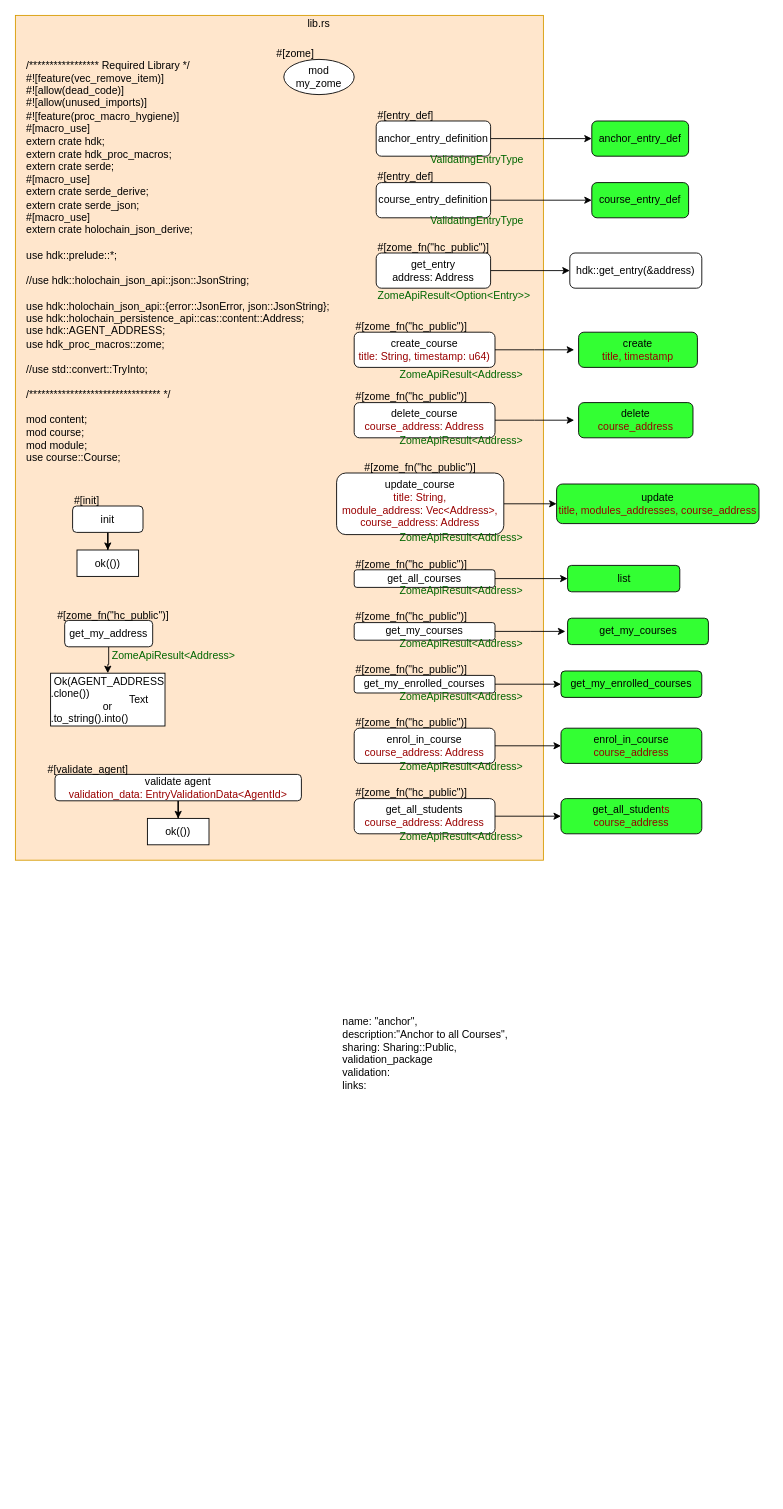
sdelvalle57/hUdemy keeps this draw.io diagram as page "lib.rs" (1 of 9) of Untitled Diagram.drawio. Above is the earlier version. Source tidied: cells renumbered, new cells numbered last; positions are measured from the earlier drawing's top-left corner, leaving out a move shared by most shapes. Both pictures are drawn from the tidied source at 88%, with x=0, y=0 at pixel (15, 15).
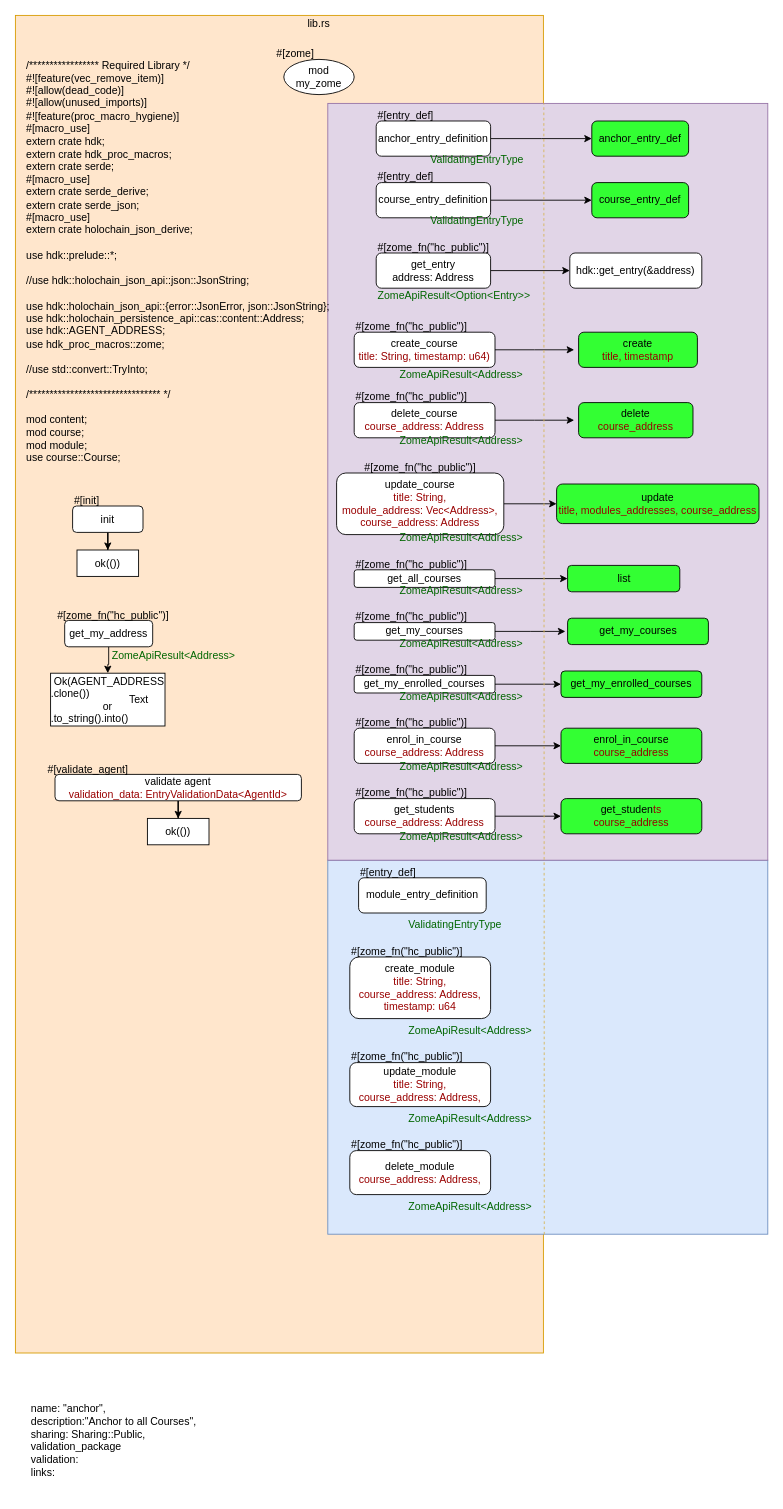
After the change.

What changed in the source:
```diff
@@
     <mxCell id="2" style="rounded=0;whiteSpace=wrap;html=1;fillColor=#ffe6cc;strokeColor=#d79b00;" parent="1" vertex="1">
-      <mxGeometry width="600" height="960" as="geometry" />
+      <mxGeometry width="600" height="1520" as="geometry" />
     </mxCell>
+    <mxCell id="77" style="rounded=0;whiteSpace=wrap;html=1;fillColor=#dae8fc;strokeColor=#6c8ebf;" parent="1" vertex="1">
+      <mxGeometry x="355" y="960" width="500" height="425" as="geometry" />
+    </mxCell>
+    <mxCell id="78" style="rounded=0;whiteSpace=wrap;html=1;fillColor=#e1d5e7;strokeColor=#9673a6;" parent="1" vertex="1">
+      <mxGeometry x="355" y="100" width="500" height="860" as="geometry" />
+    </mxCell>
@@
-    <mxCell id="56" value="&lt;div&gt;get_all_students&lt;br&gt;&lt;/div&gt;&lt;div&gt;&lt;font color=&quot;#990000&quot;&gt;course_address: Address&lt;/font&gt;&lt;br&gt;&lt;/div&gt;" style="rounded=1;whiteSpace=wrap;html=1;" parent="1" vertex="1">
+    <mxCell id="56" value="&lt;div&gt;get_students&lt;br&gt;&lt;/div&gt;&lt;div&gt;&lt;font color=&quot;#990000&quot;&gt;course_address: Address&lt;/font&gt;&lt;br&gt;&lt;/div&gt;" style="rounded=1;whiteSpace=wrap;html=1;" parent="1" vertex="1">
       <mxGeometry x="385" y="890" width="160" height="40" as="geometry" />
     </mxCell>
@@
     <mxCell id="65" value="name: &quot;anchor&quot;,&lt;br&gt;                description:&quot;Anchor to all Courses&quot;,&lt;br&gt;&lt;div&gt;                sharing: Sharing::Public,&lt;/div&gt;&lt;div&gt;validation_package&lt;/div&gt;&lt;div&gt;validation:&lt;/div&gt;&lt;div&gt;links:&lt;/div&gt;" style="text;html=1;" parent="1" vertex="1">
-      <mxGeometry x="370" y="1130" width="210" height="110" as="geometry" />
+      <mxGeometry x="16" y="1570" width="210" height="110" as="geometry" />
     </mxCell>
@@
-    <mxCell id="76" value="&lt;div&gt;get_all_studen&lt;font color=&quot;#990000&quot;&gt;ts&lt;/font&gt;&lt;/div&gt;&lt;font color=&quot;#990000&quot;&gt;course_address&lt;br&gt;&lt;/font&gt;" style="rounded=1;whiteSpace=wrap;html=1;fillColor=#33FF33;" parent="1" vertex="1">
+    <mxCell id="76" value="&lt;div&gt;get_studen&lt;font color=&quot;#990000&quot;&gt;ts&lt;/font&gt;&lt;/div&gt;&lt;font color=&quot;#990000&quot;&gt;course_address&lt;br&gt;&lt;/font&gt;" style="rounded=1;whiteSpace=wrap;html=1;fillColor=#33FF33;" parent="1" vertex="1">
       <mxGeometry x="620" y="890" width="160" height="40" as="geometry" />
     </mxCell>
+    <mxCell id="79" value="module_entry_definition" style="rounded=1;whiteSpace=wrap;html=1;" parent="1" vertex="1">
+      <mxGeometry x="390" y="980" width="145" height="40" as="geometry" />
+    </mxCell>
+    <mxCell id="80" value="#[entry_def]" style="text;html=1;" parent="1" vertex="1">
+      <mxGeometry x="390" y="960" width="90" height="20" as="geometry" />
+    </mxCell>
+    <mxCell id="81" value="&lt;font color=&quot;#006600&quot;&gt;ValidatingEntryType&lt;/font&gt;" style="text;html=1;" parent="1" vertex="1">
+      <mxGeometry x="445" y="1020" width="130" height="30" as="geometry" />
+    </mxCell>
+    <mxCell id="82" value="&lt;div&gt;create_module&lt;br&gt;&lt;/div&gt;&lt;div&gt;&lt;font color=&quot;#990000&quot;&gt;title: String,&lt;/font&gt;&lt;/div&gt;&lt;div&gt;&lt;font color=&quot;#990000&quot;&gt;course_address: Address,&lt;/font&gt;&lt;/div&gt;&lt;div&gt;&lt;font color=&quot;#990000&quot;&gt;timestamp: u64&lt;/font&gt;&lt;br&gt;&lt;/div&gt;" style="rounded=1;whiteSpace=wrap;html=1;" parent="1" vertex="1">
+      <mxGeometry x="380" y="1070" width="160" height="70" as="geometry" />
+    </mxCell>
+    <mxCell id="83" value="#[zome_fn(&quot;hc_public&quot;)]" style="text;html=1;" parent="1" vertex="1">
+      <mxGeometry x="380" y="1050" width="90" height="20" as="geometry" />
+    </mxCell>
+    <mxCell id="84" value="&lt;font color=&quot;#006600&quot;&gt;ZomeApiResult&amp;lt;Address&amp;gt;&lt;/font&gt;" style="text;html=1;" parent="1" vertex="1">
+      <mxGeometry x="445" y="1140" width="150" height="30" as="geometry" />
+    </mxCell>
+    <mxCell id="85" value="&lt;div&gt;update_module&lt;br&gt;&lt;/div&gt;&lt;div&gt;&lt;font color=&quot;#990000&quot;&gt;title: String,&lt;/font&gt;&lt;/div&gt;&lt;div&gt;&lt;font color=&quot;#990000&quot;&gt;course_address: Address,&lt;/font&gt;&lt;/div&gt;" style="rounded=1;whiteSpace=wrap;html=1;" parent="1" vertex="1">
+      <mxGeometry x="380" y="1190" width="160" height="50" as="geometry" />
+    </mxCell>
+    <mxCell id="86" value="#[zome_fn(&quot;hc_public&quot;)]" style="text;html=1;" parent="1" vertex="1">
+      <mxGeometry x="380" y="1170" width="90" height="20" as="geometry" />
+    </mxCell>
+    <mxCell id="87" value="&lt;font color=&quot;#006600&quot;&gt;ZomeApiResult&amp;lt;Address&amp;gt;&lt;/font&gt;" style="text;html=1;" parent="1" vertex="1">
+      <mxGeometry x="445" y="1240" width="150" height="30" as="geometry" />
+    </mxCell>
+    <mxCell id="88" value="&lt;div&gt;delete_module&lt;br&gt;&lt;/div&gt;&lt;div&gt;&lt;font color=&quot;#990000&quot;&gt;course_address: Address,&lt;/font&gt;&lt;/div&gt;" style="rounded=1;whiteSpace=wrap;html=1;" parent="1" vertex="1">
+      <mxGeometry x="380" y="1290" width="160" height="50" as="geometry" />
+    </mxCell>
+    <mxCell id="89" value="#[zome_fn(&quot;hc_public&quot;)]" style="text;html=1;" parent="1" vertex="1">
+      <mxGeometry x="380" y="1270" width="90" height="20" as="geometry" />
+    </mxCell>
+    <mxCell id="90" value="&lt;font color=&quot;#006600&quot;&gt;ZomeApiResult&amp;lt;Address&amp;gt;&lt;/font&gt;" style="text;html=1;" parent="1" vertex="1">
+      <mxGeometry x="445" y="1340" width="150" height="30" as="geometry" />
+    </mxCell>
+    <mxCell id="91" style="endArrow=none;dashed=1;html=1;entryX=0.491;entryY=0;entryDx=0;entryDy=0;entryPerimeter=0;exitX=0.492;exitY=1.001;exitDx=0;exitDy=0;exitPerimeter=0;fillColor=#fff2cc;strokeColor=#d6b656;" parent="1" edge="1" source="77" target="78">
+      <mxGeometry relative="1" as="geometry" />
+    </mxCell>
```
